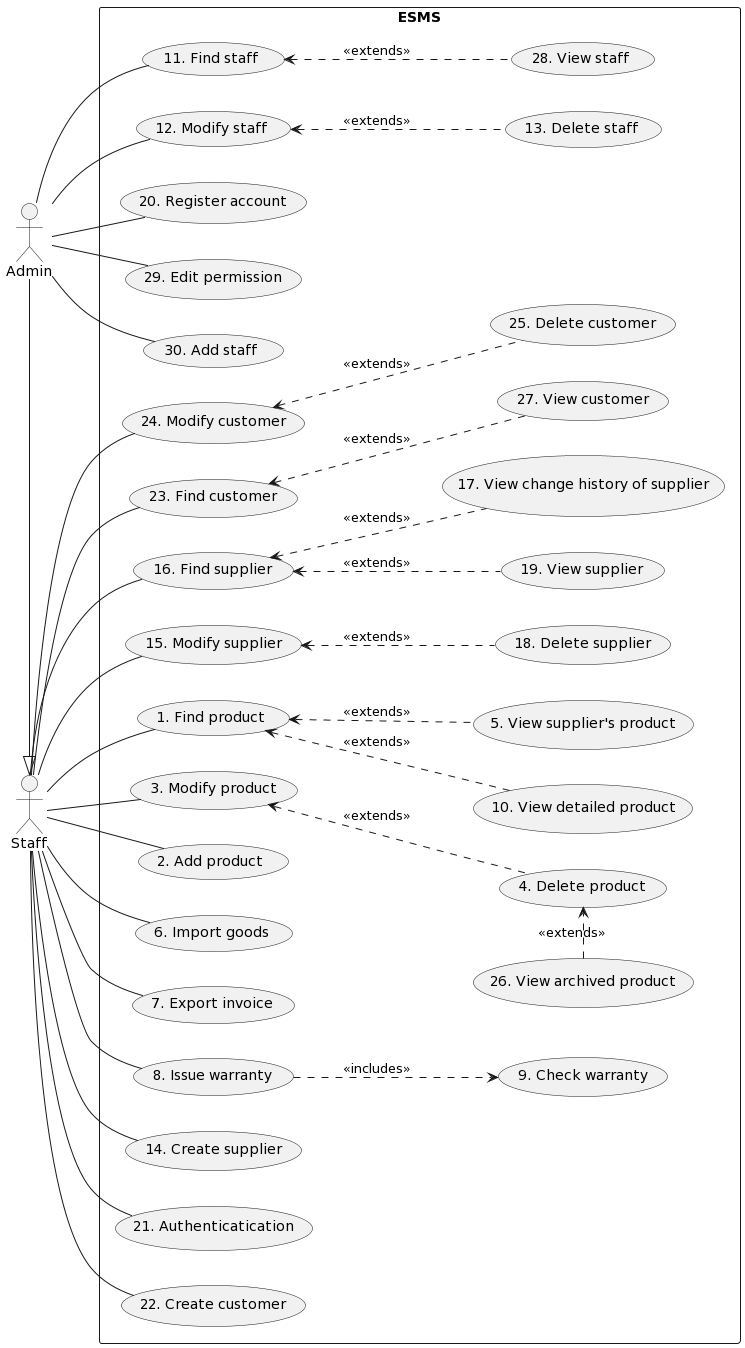
Before: Lab1/Lab1.2/Usecases/details.png, a diagram exported from PlantUML (thanhLoc1087/SE357-Pratice-class). Source of this version:
```plantuml
@startuml
left to right direction
actor "Admin" as ad
actor "Staff" as st
rectangle ESMS {
  usecase "1. Find product" as UC1
usecase "2. Add product" as UC2
usecase "3. Modify product" as UC3
usecase "4. Delete product" as UC4
usecase "5. View supplier's product" as UC5
usecase "6. Import goods" as UC6
usecase "7. Export invoice" as UC7
usecase "8. Issue warranty" as UC8
usecase "9. Check warranty" as UC9
usecase "10. View detailed product" as UC10
usecase "11. Find staff" as UC11
usecase "13. Delete staff" as UC13
usecase "12. Modify staff" as UC12
usecase "14. Create supplier" as UC14
usecase "15. Modify supplier" as UC15
usecase "16. Find supplier" as UC16
usecase "17. View change history of supplier" as UC17
usecase "18. Delete supplier" as UC18
usecase "19. View supplier" as UC19
usecase "20. Register account" as UC20
usecase "21. Authenticatication" as UC21
usecase "22. Create customer" as UC22
usecase "23. Find customer" as UC23
usecase "24. Modify customer" as UC24
usecase "25. Delete customer" as UC25
usecase "26. View archived product" as UC26
usecase "27. View customer" as UC27
usecase "28. View staff" as UC28
usecase "29. Edit permission" as UC29
usecase "30. Add staff" as UC30
}
ad -right-|> st
ad -- UC11
ad -- UC30
ad -- UC29
ad -- UC12
ad -- UC20
UC13 .up.> UC12 : <<extends>>
UC28 .up.> UC11 : <<extends>>
st -- UC3
UC4 .up.> UC3 : <<extends>>
UC26 .right.> UC4 : <<extends>>

st -- UC2
st -- UC1
UC5 .up.> UC1 : <<extends>>
UC10 .up.> UC1 : <<extends>>
st -- UC6
st -- UC7
st -- UC8
UC8 .down.> UC9 : <<includes>>
st -- UC14
st -- UC15
UC18 .up.> UC15 : <<extends>>
st -- UC16
UC17 .up.> UC16 : <<extends>>
UC19 .up.> UC16 : <<extends>>
st -- UC21
st -- UC22
st -- UC23
UC27 .up.> UC23 : <<extends>>
st -- UC24
UC25 .up.> UC24 : <<extends>>
@enduml
```
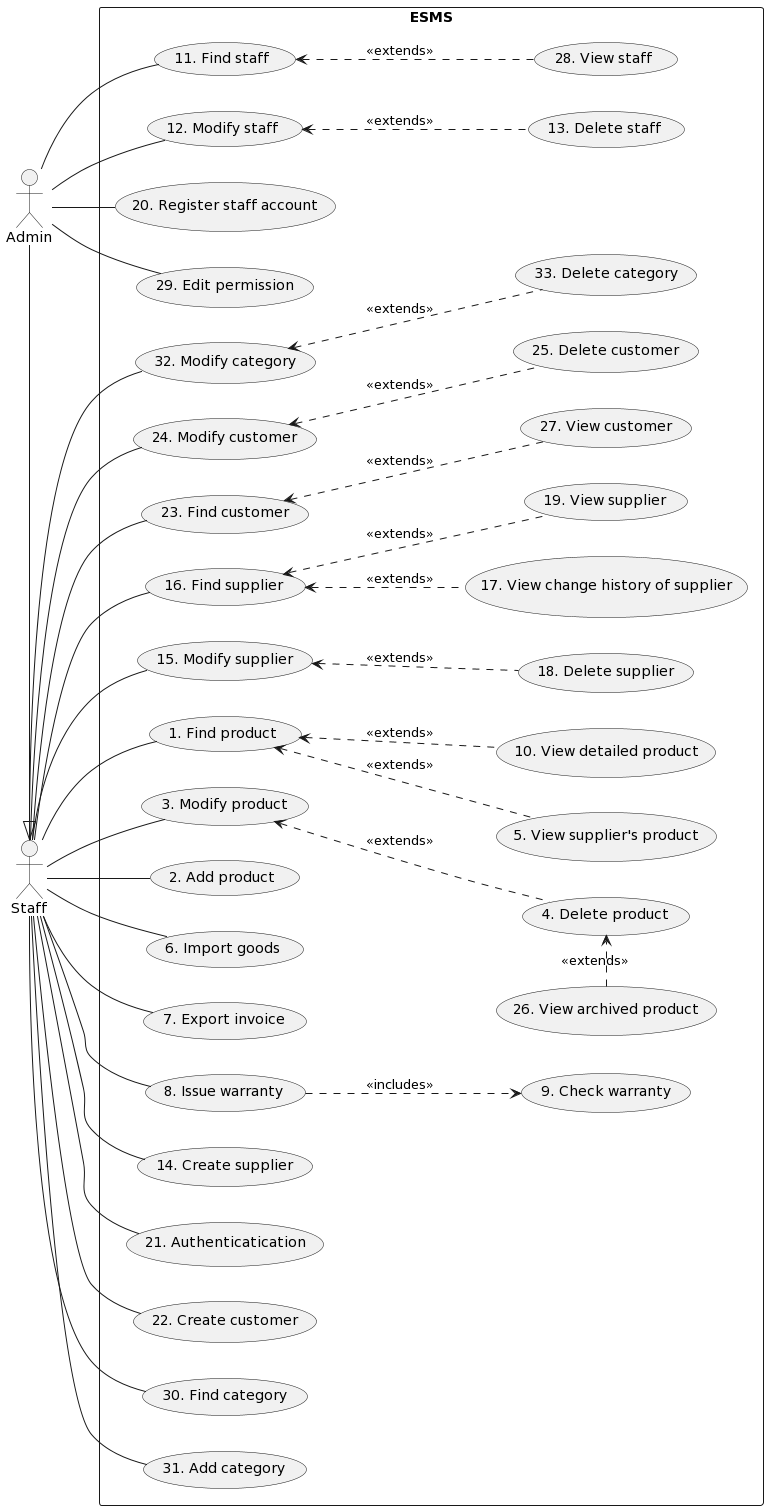
Later version of the same file.

Commit message:
Lab12 | add new usecase

Diff of the diagram source:
```diff
@@ -3,7 +3,7 @@
 actor "Admin" as ad
 actor "Staff" as st
 rectangle ESMS {
-  usecase "1. Find product" as UC1
+usecase "1. Find product" as UC1
 usecase "2. Add product" as UC2
 usecase "3. Modify product" as UC3
 usecase "4. Delete product" as UC4
@@ -22,7 +22,7 @@
 usecase "17. View change history of supplier" as UC17
 usecase "18. Delete supplier" as UC18
 usecase "19. View supplier" as UC19
-usecase "20. Register account" as UC20
+usecase "20. Register staff account" as UC20
 usecase "21. Authenticatication" as UC21
 usecase "22. Create customer" as UC22
 usecase "23. Find customer" as UC23
@@ -32,11 +32,13 @@
 usecase "27. View customer" as UC27
 usecase "28. View staff" as UC28
 usecase "29. Edit permission" as UC29
-usecase "30. Add staff" as UC30
+usecase "30. Find category" as UC30
+usecase "31. Add category" as UC31
+usecase "32. Modify category" as UC32
+usecase "33. Delete category" as UC33
 }
 ad -right-|> st
 ad -- UC11
-ad -- UC30
 ad -- UC29
 ad -- UC12
 ad -- UC20
@@ -66,4 +68,10 @@
 UC27 .up.> UC23 : <<extends>>
 st -- UC24
 UC25 .up.> UC24 : <<extends>>
+
+st -- UC32
+UC33 .up.> UC32 : <<extends>>
+
+st -- UC31
+st -- UC30
 @enduml
```
